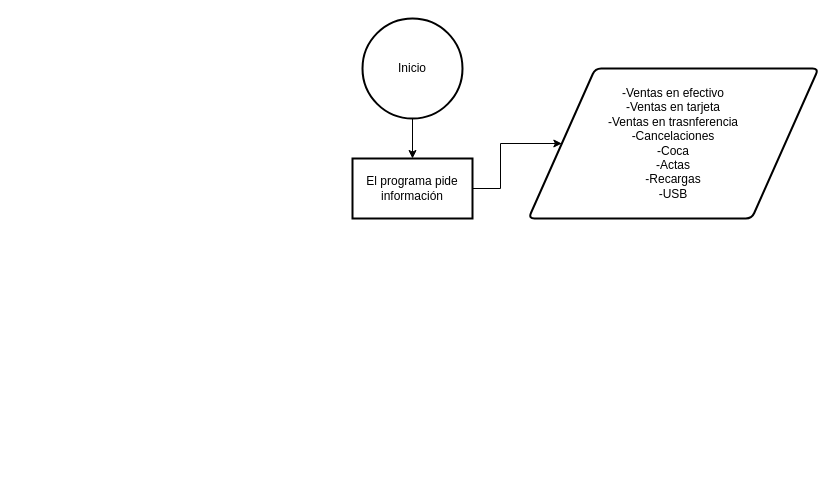
This is Flujo_de_programa_amplio.drawio from mariocruz4/administracion_papelerias, a draw.io file, before an edit. Source tidied: cells renumbered, new cells numbered last; positions are measured from the earlier drawing's top-left corner, leaving out a move shared by most shapes. Both pictures are drawn from the tidied source at 100%, with x=0, y=0 at pixel (352, 18).
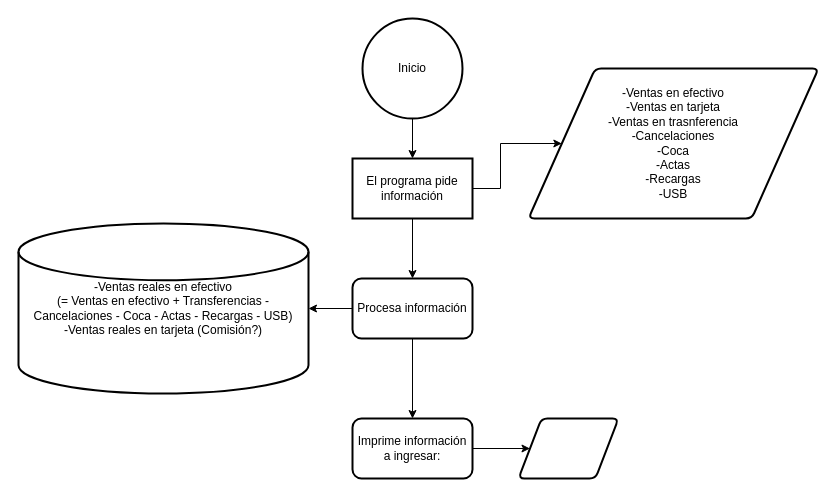
Above is the later version.

What changed in the source:
```diff
@@
 <mxGraphModel>
   <root>
     <mxCell id="0" />
     <mxCell id="1" parent="0" />
     <mxCell id="2" style="edgeStyle=orthogonalEdgeStyle;rounded=0;jettySize=auto;html=1;" parent="1" edge="1" source="3" target="5">
       <mxGeometry relative="1" as="geometry" />
     </mxCell>
     <mxCell id="3" value="Inicio" style="strokeWidth=2;html=1;shape=mxgraph.flowchart.start_2;whiteSpace=wrap;" parent="1" vertex="1">
       <mxGeometry x="10" width="100" height="100" as="geometry" />
     </mxCell>
     <mxCell id="4" style="edgeStyle=orthogonalEdgeStyle;rounded=0;jettySize=auto;html=1;exitX=1;exitY=0.5;exitDx=0;exitDy=0;entryX=0;entryY=0.5;entryDx=0;entryDy=0;" parent="1" edge="1" source="5" target="6">
       <mxGeometry relative="1" as="geometry" />
     </mxCell>
+    <mxCell id="7" style="edgeStyle=orthogonalEdgeStyle;rounded=0;jettySize=auto;html=1;" parent="1" edge="1" source="5" target="9">
+      <mxGeometry relative="1" as="geometry" />
+    </mxCell>
     <mxCell id="5" value="El programa pide información" style="whiteSpace=wrap;html=1;strokeWidth=2;" parent="1" vertex="1">
       <mxGeometry y="140" width="120" height="60" as="geometry" />
     </mxCell>
     <mxCell id="6" value="-Ventas en efectivo&lt;div&gt;-Ventas en tarjeta&lt;/div&gt;&lt;div&gt;-Ventas en trasnferencia&lt;/div&gt;&lt;div&gt;-Cancelaciones&lt;/div&gt;&lt;div&gt;-Coca&lt;/div&gt;&lt;div&gt;-Actas&lt;/div&gt;&lt;div&gt;-Recargas&lt;/div&gt;&lt;div&gt;-USB&lt;/div&gt;" style="shape=parallelogram;html=1;strokeWidth=2;perimeter=parallelogramPerimeter;whiteSpace=wrap;rounded=1;arcSize=12;size=0.23;" parent="1" vertex="1">
       <mxGeometry x="176" y="50" width="290" height="150" as="geometry" />
     </mxCell>
+    <mxCell id="8" style="edgeStyle=orthogonalEdgeStyle;rounded=0;jettySize=auto;html=1;" parent="1" edge="1" source="9" target="13">
+      <mxGeometry relative="1" as="geometry" />
+    </mxCell>
+    <mxCell id="9" value="Procesa información" style="rounded=1;whiteSpace=wrap;html=1;strokeWidth=2;" parent="1" vertex="1">
+      <mxGeometry y="260" width="120" height="60" as="geometry" />
+    </mxCell>
+    <mxCell id="10" value="-Ventas reales en efectivo&lt;br&gt;(= Ventas en efectivo + Transferencias - Cancelaciones - Coca - Actas - Recargas - USB)&lt;br&gt;-Ventas reales en tarjeta (Comisión?)" style="strokeWidth=2;html=1;shape=mxgraph.flowchart.database;whiteSpace=wrap;" parent="1" vertex="1">
+      <mxGeometry x="-334" y="205" width="290" height="170" as="geometry" />
+    </mxCell>
+    <mxCell id="11" style="edgeStyle=orthogonalEdgeStyle;rounded=0;jettySize=auto;html=1;exitX=0;exitY=0.5;exitDx=0;exitDy=0;entryX=1;entryY=0.5;entryDx=0;entryDy=0;entryPerimeter=0;" parent="1" edge="1" source="9" target="10">
+      <mxGeometry relative="1" as="geometry" />
+    </mxCell>
+    <mxCell id="12" style="edgeStyle=orthogonalEdgeStyle;rounded=0;jettySize=auto;html=1;exitX=1;exitY=0.5;exitDx=0;exitDy=0;entryX=0;entryY=0.5;entryDx=0;entryDy=0;" parent="1" edge="1" source="13" target="14">
+      <mxGeometry relative="1" as="geometry" />
+    </mxCell>
+    <mxCell id="13" value="Imprime información a ingresar:" style="whiteSpace=wrap;html=1;rounded=1;strokeWidth=2;" parent="1" vertex="1">
+      <mxGeometry y="400" width="120" height="60" as="geometry" />
+    </mxCell>
+    <mxCell id="14" style="shape=parallelogram;html=1;strokeWidth=2;perimeter=parallelogramPerimeter;whiteSpace=wrap;rounded=1;arcSize=12;size=0.23;" parent="1" vertex="1">
+      <mxGeometry x="166" y="400" width="100" height="60" as="geometry" />
+    </mxCell>
   </root>
 </mxGraphModel>
```
